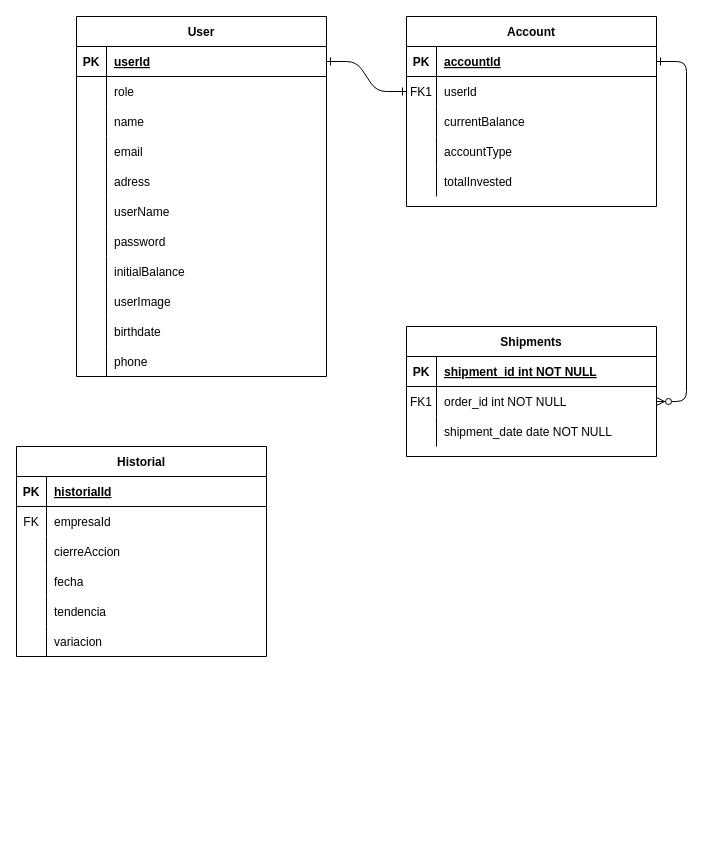
Earlier version of the draw.io diagram Documentación/Diagrama-Entidad-Relacion.drawio (INNOVAcodersISPC/ARGBroker). Source tidied: cells renumbered, new cells numbered last; positions are measured from the earlier drawing's top-left corner, leaving out a move shared by most shapes. Both pictures are drawn from the tidied source at 100%, with x=0, y=0 at pixel (16, 16).
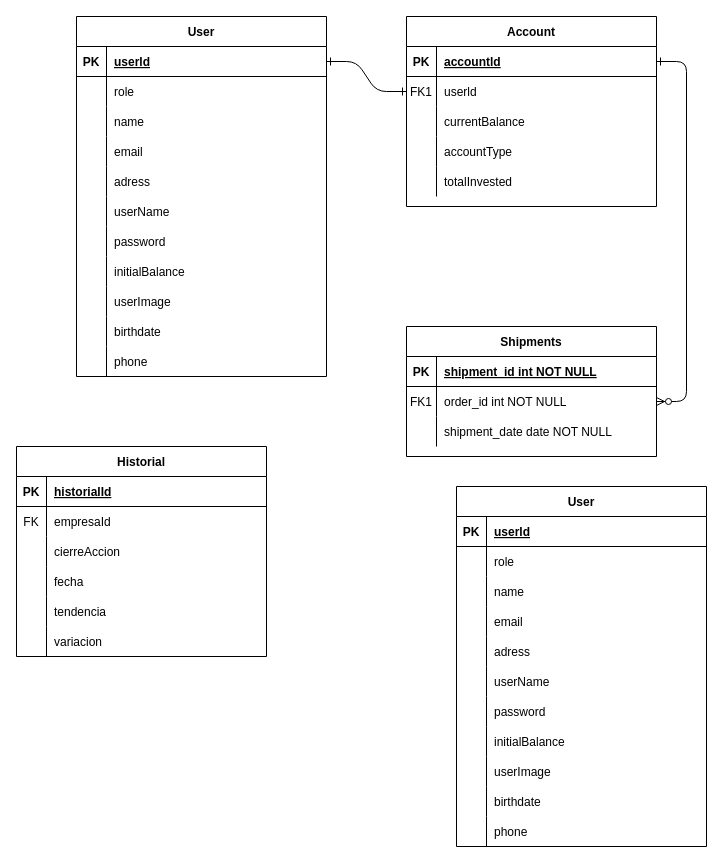
The same diagram, later.

Commit message:
Introduccion de entidad de Transaccion

Diff of the diagram source:
```diff
@@
+    <mxCell id="83" value="User" style="shape=table;startSize=30;childLayout=tableLayout;rowLines=0;fontStyle=1;align=center;" parent="1" vertex="1">
+      <mxGeometry x="440" y="470" width="250" height="360" as="geometry" />
+    </mxCell>
+    <mxCell id="84" style="shape=partialRectangle;fillColor=none;top=0;left=0;right=0;bottom=1;" parent="83" vertex="1">
+      <mxGeometry y="30" width="250" height="30" as="geometry" />
+    </mxCell>
+    <mxCell id="85" value="PK" style="shape=partialRectangle;overflow=hidden;fillColor=none;top=0;left=0;bottom=0;right=0;fontStyle=1;" parent="84" vertex="1">
+      <mxGeometry width="30" height="30" as="geometry" />
+    </mxCell>
+    <mxCell id="86" value="userld" style="shape=partialRectangle;overflow=hidden;fillColor=none;top=0;left=0;bottom=0;right=0;align=left;spacingLeft=6;fontStyle=5;" parent="84" vertex="1">
+      <mxGeometry x="30" width="220" height="30" as="geometry" />
+    </mxCell>
+    <mxCell id="87" style="shape=partialRectangle;fillColor=none;top=0;left=0;right=0;bottom=0;" parent="83" vertex="1">
+      <mxGeometry y="60" width="250" height="30" as="geometry" />
+    </mxCell>
+    <mxCell id="88" style="shape=partialRectangle;overflow=hidden;fillColor=none;top=0;left=0;bottom=0;right=0;" parent="87" vertex="1">
+      <mxGeometry width="30" height="30" as="geometry" />
+    </mxCell>
+    <mxCell id="89" value="role" style="shape=partialRectangle;overflow=hidden;fillColor=none;top=0;left=0;bottom=0;right=0;align=left;spacingLeft=6;" parent="87" vertex="1">
+      <mxGeometry x="30" width="220" height="30" as="geometry" />
+    </mxCell>
+    <mxCell id="90" style="shape=partialRectangle;fillColor=none;top=0;left=0;right=0;bottom=0;" parent="83" vertex="1">
+      <mxGeometry y="90" width="250" height="30" as="geometry" />
+    </mxCell>
+    <mxCell id="91" style="shape=partialRectangle;overflow=hidden;fillColor=none;top=0;left=0;bottom=0;right=0;" parent="90" vertex="1">
+      <mxGeometry width="30" height="30" as="geometry" />
+    </mxCell>
+    <mxCell id="92" value="name" style="shape=partialRectangle;overflow=hidden;fillColor=none;top=0;left=0;bottom=0;right=0;align=left;spacingLeft=6;" parent="90" vertex="1">
+      <mxGeometry x="30" width="220" height="30" as="geometry" />
+    </mxCell>
+    <mxCell id="93" style="shape=partialRectangle;fillColor=none;top=0;left=0;right=0;bottom=0;" parent="83" vertex="1">
+      <mxGeometry y="120" width="250" height="30" as="geometry" />
+    </mxCell>
+    <mxCell id="94" style="shape=partialRectangle;overflow=hidden;fillColor=none;top=0;left=0;bottom=0;right=0;" parent="93" vertex="1">
+      <mxGeometry width="30" height="30" as="geometry" />
+    </mxCell>
+    <mxCell id="95" value="email" style="shape=partialRectangle;overflow=hidden;fillColor=none;top=0;left=0;bottom=0;right=0;align=left;spacingLeft=6;" parent="93" vertex="1">
+      <mxGeometry x="30" width="220" height="30" as="geometry" />
+    </mxCell>
+    <mxCell id="96" style="shape=partialRectangle;fillColor=none;top=0;left=0;right=0;bottom=0;" parent="83" vertex="1">
+      <mxGeometry y="150" width="250" height="30" as="geometry" />
+    </mxCell>
+    <mxCell id="97" style="shape=partialRectangle;overflow=hidden;fillColor=none;top=0;left=0;bottom=0;right=0;" parent="96" vertex="1">
+      <mxGeometry width="30" height="30" as="geometry" />
+    </mxCell>
+    <mxCell id="98" value="adress" style="shape=partialRectangle;overflow=hidden;fillColor=none;top=0;left=0;bottom=0;right=0;align=left;spacingLeft=6;" parent="96" vertex="1">
+      <mxGeometry x="30" width="220" height="30" as="geometry" />
+    </mxCell>
+    <mxCell id="99" style="shape=partialRectangle;fillColor=none;top=0;left=0;right=0;bottom=0;" parent="83" vertex="1">
+      <mxGeometry y="180" width="250" height="30" as="geometry" />
+    </mxCell>
+    <mxCell id="100" style="shape=partialRectangle;overflow=hidden;fillColor=none;top=0;left=0;bottom=0;right=0;" parent="99" vertex="1">
+      <mxGeometry width="30" height="30" as="geometry" />
+    </mxCell>
+    <mxCell id="101" value="userName" style="shape=partialRectangle;overflow=hidden;fillColor=none;top=0;left=0;bottom=0;right=0;align=left;spacingLeft=6;" parent="99" vertex="1">
+      <mxGeometry x="30" width="220" height="30" as="geometry" />
+    </mxCell>
+    <mxCell id="102" style="shape=partialRectangle;fillColor=none;top=0;left=0;right=0;bottom=0;" parent="83" vertex="1">
+      <mxGeometry y="210" width="250" height="30" as="geometry" />
+    </mxCell>
+    <mxCell id="103" style="shape=partialRectangle;overflow=hidden;fillColor=none;top=0;left=0;bottom=0;right=0;" parent="102" vertex="1">
+      <mxGeometry width="30" height="30" as="geometry" />
+    </mxCell>
+    <mxCell id="104" value="password" style="shape=partialRectangle;overflow=hidden;fillColor=none;top=0;left=0;bottom=0;right=0;align=left;spacingLeft=6;" parent="102" vertex="1">
+      <mxGeometry x="30" width="220" height="30" as="geometry" />
+    </mxCell>
+    <mxCell id="105" style="shape=partialRectangle;fillColor=none;top=0;left=0;right=0;bottom=0;" parent="83" vertex="1">
+      <mxGeometry y="240" width="250" height="30" as="geometry" />
+    </mxCell>
+    <mxCell id="106" style="shape=partialRectangle;overflow=hidden;fillColor=none;top=0;left=0;bottom=0;right=0;" parent="105" vertex="1">
+      <mxGeometry width="30" height="30" as="geometry" />
+    </mxCell>
+    <mxCell id="107" value="initialBalance" style="shape=partialRectangle;overflow=hidden;fillColor=none;top=0;left=0;bottom=0;right=0;align=left;spacingLeft=6;" parent="105" vertex="1">
+      <mxGeometry x="30" width="220" height="30" as="geometry" />
+    </mxCell>
+    <mxCell id="108" style="shape=partialRectangle;fillColor=none;top=0;left=0;right=0;bottom=0;" parent="83" vertex="1">
+      <mxGeometry y="270" width="250" height="30" as="geometry" />
+    </mxCell>
+    <mxCell id="109" style="shape=partialRectangle;overflow=hidden;fillColor=none;top=0;left=0;bottom=0;right=0;" parent="108" vertex="1">
+      <mxGeometry width="30" height="30" as="geometry" />
+    </mxCell>
+    <mxCell id="110" value="userImage" style="shape=partialRectangle;overflow=hidden;fillColor=none;top=0;left=0;bottom=0;right=0;align=left;spacingLeft=6;" parent="108" vertex="1">
+      <mxGeometry x="30" width="220" height="30" as="geometry" />
+    </mxCell>
+    <mxCell id="111" style="shape=partialRectangle;fillColor=none;top=0;left=0;right=0;bottom=0;" parent="83" vertex="1">
+      <mxGeometry y="300" width="250" height="30" as="geometry" />
+    </mxCell>
+    <mxCell id="112" style="shape=partialRectangle;overflow=hidden;fillColor=none;top=0;left=0;bottom=0;right=0;" parent="111" vertex="1">
+      <mxGeometry width="30" height="30" as="geometry" />
+    </mxCell>
+    <mxCell id="113" value="birthdate" style="shape=partialRectangle;overflow=hidden;fillColor=none;top=0;left=0;bottom=0;right=0;align=left;spacingLeft=6;" parent="111" vertex="1">
+      <mxGeometry x="30" width="220" height="30" as="geometry" />
+    </mxCell>
+    <mxCell id="114" style="shape=partialRectangle;fillColor=none;top=0;left=0;right=0;bottom=0;" parent="83" vertex="1">
+      <mxGeometry y="330" width="250" height="30" as="geometry" />
+    </mxCell>
+    <mxCell id="115" style="shape=partialRectangle;overflow=hidden;fillColor=none;top=0;left=0;bottom=0;right=0;" parent="114" vertex="1">
+      <mxGeometry width="30" height="30" as="geometry" />
+    </mxCell>
+    <mxCell id="116" value="phone" style="shape=partialRectangle;overflow=hidden;fillColor=none;top=0;left=0;bottom=0;right=0;align=left;spacingLeft=6;" parent="114" vertex="1">
+      <mxGeometry x="30" width="220" height="30" as="geometry" />
+    </mxCell>
```
